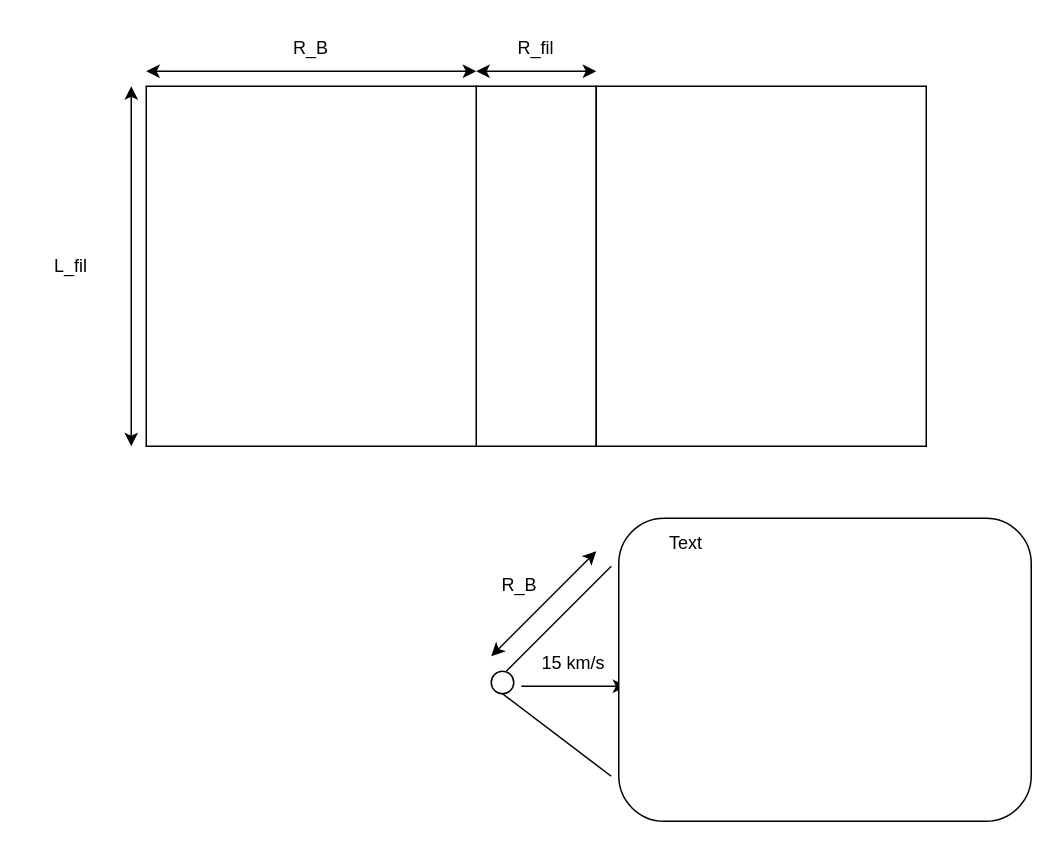
Above: DrawIo/Filament_géométrie.drawio in KyuriTaima/CygnusDynamics (draw.io), before the change. Source tidied: cells renumbered, new cells numbered last; positions are measured from the earlier drawing's top-left corner, leaving out a move shared by most shapes. Both pictures are drawn from the tidied source at 150%, with x=0, y=0 at pixel (26, 26).
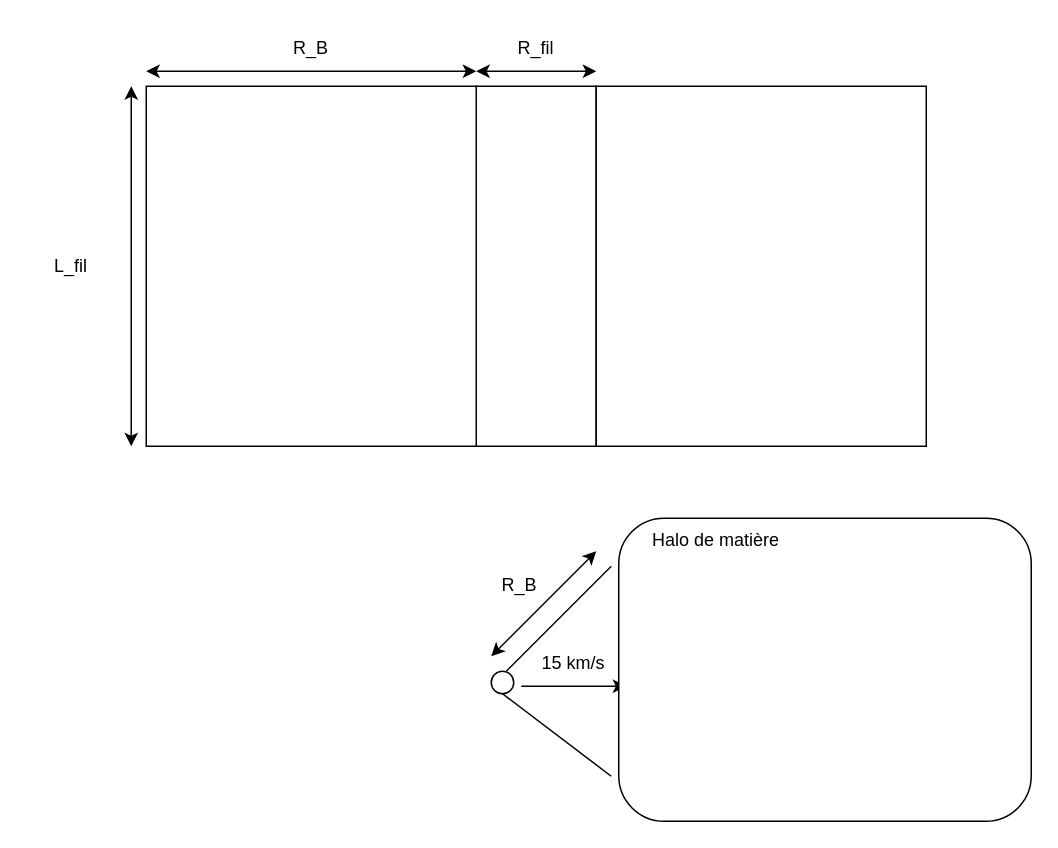
Above is the later version.

Commit message:
Overleaf Connect auto-sync [2026-06-18 11:48:08]

The edit, as a diff of the source:
```diff
@@
-    <mxCell id="19" value="Text" style="text;html=1;whiteSpace=wrap;strokeColor=none;fillColor=none;align=center;verticalAlign=middle;rounded=0;" parent="1" vertex="1">
-      <mxGeometry x="410" y="330" width="60" height="30" as="geometry" />
+    <mxCell id="19" value="Halo de matière" style="text;html=1;whiteSpace=wrap;strokeColor=none;fillColor=none;align=center;verticalAlign=middle;rounded=0;" parent="1" vertex="1">
+      <mxGeometry x="395" y="328" width="130" height="30" as="geometry" />
     </mxCell>
```
